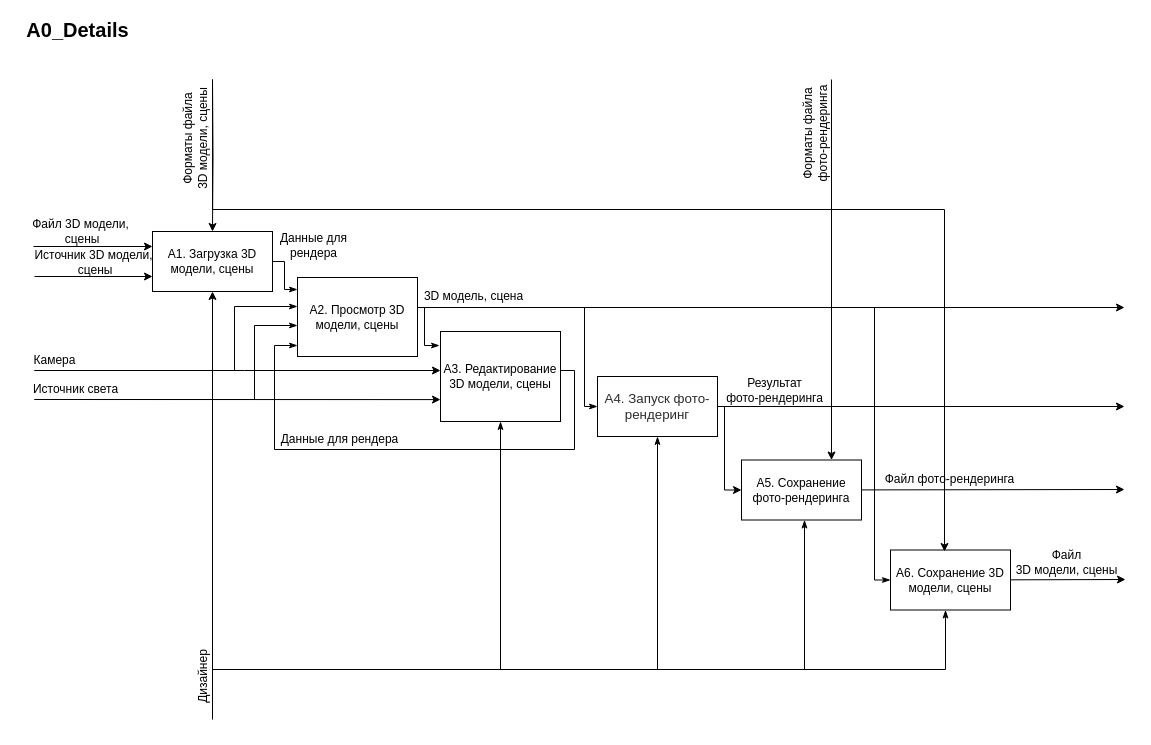
SheinEA/gb_architect keeps this draw.io diagram as page "A0_Details" (2 of 3) of module_2/IDEF0.drawio. Above is the earlier version. Source tidied: cells renumbered, new cells numbered last; positions are measured from the earlier drawing's top-left corner, leaving out a move shared by most shapes. Both pictures are drawn from the tidied source at 100%, with x=0, y=0 at pixel (17, 19).
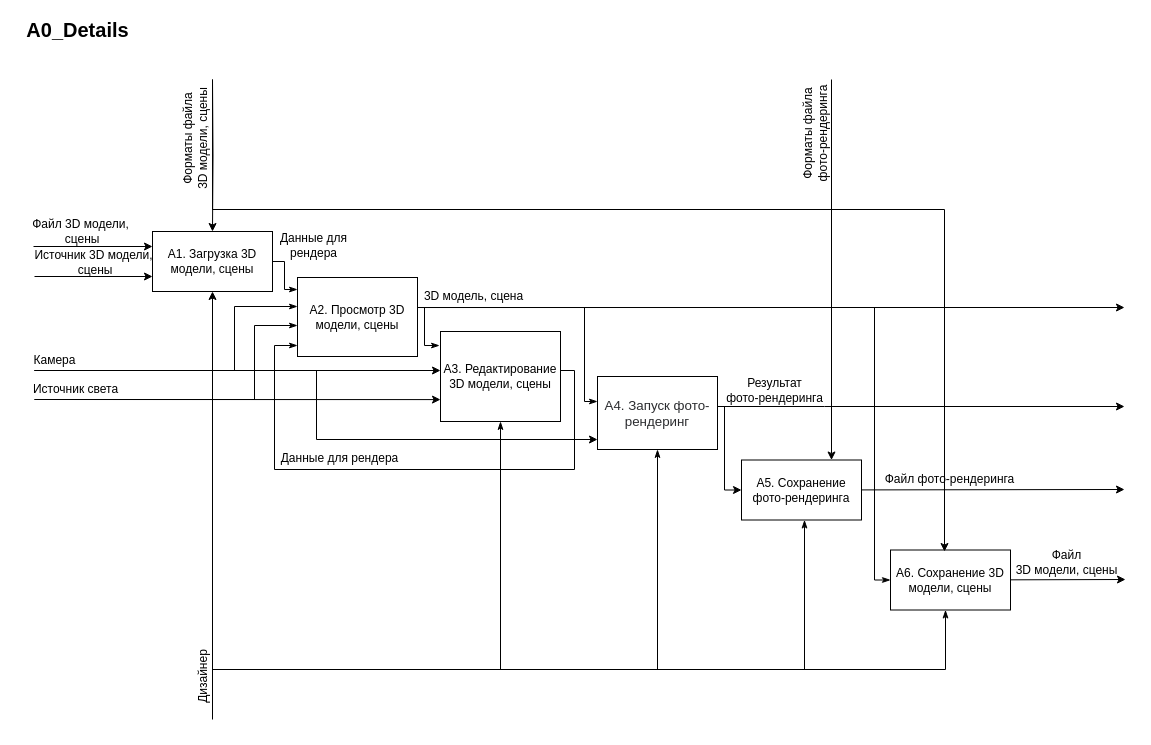
The same diagram, later.

Unchanged cells that the change refers to:
```xml
<mxCell id="25" value="&lt;span&gt;A2.&amp;nbsp;&lt;/span&gt;Просмотр 3D модели, сцены" style="rounded=0;whiteSpace=wrap;html=1;" parent="1" vertex="1">
  <mxGeometry x="280" y="258" width="120" height="79" as="geometry" />
</mxCell>
<mxCell id="28" value="&lt;span&gt;A3. Редактирование 3D модели, сцены&lt;/span&gt;" style="rounded=0;whiteSpace=wrap;html=1;" parent="1" vertex="1">
  <mxGeometry x="423" y="312" width="120" height="90" as="geometry" />
</mxCell>
```

The edit, as a diff of the source:
```diff
@@
-    <mxCell id="24" style="edgeStyle=orthogonalEdgeStyle;rounded=0;jettySize=auto;html=1;endArrow=classicThin;endFill=1;entryX=0;entryY=0.5;entryDx=0;entryDy=0;" parent="1" edge="1" target="34">
+    <mxCell id="24" style="edgeStyle=orthogonalEdgeStyle;rounded=0;jettySize=auto;html=1;endArrow=classicThin;endFill=1;" parent="1" edge="1" target="34">
       <mxGeometry relative="1" as="geometry">
         <mxPoint x="411" y="288" as="sourcePoint" />
         <Array as="points">
           <mxPoint x="567" y="288" />
-          <mxPoint x="567" y="387" />
+          <mxPoint x="567" y="382" />
         </Array>
       </mxGeometry>
     </mxCell>
@@
     <mxCell id="27" style="edgeStyle=orthogonalEdgeStyle;rounded=0;jettySize=auto;html=1;endArrow=classicThin;endFill=1;" parent="1" edge="1" source="28" target="25">
       <mxGeometry relative="1" as="geometry">
         <Array as="points">
           <mxPoint x="557" y="351" />
-          <mxPoint x="557" y="430" />
-          <mxPoint x="257" y="430" />
+          <mxPoint x="557" y="450" />
+          <mxPoint x="257" y="450" />
           <mxPoint x="257" y="326" />
         </Array>
       </mxGeometry>
     </mxCell>
@@
     <mxCell id="29" value="Данные для рендера" style="text;html=1;align=center;verticalAlign=middle;strokeColor=none;" parent="1" vertex="1">
-      <mxGeometry x="257" y="410" width="130" height="20" as="geometry" />
+      <mxGeometry x="257" y="429" width="130" height="20" as="geometry" />
     </mxCell>
@@
     <mxCell id="33" style="edgeStyle=orthogonalEdgeStyle;rounded=0;jettySize=auto;html=1;" parent="1" edge="1" source="34">
       <mxGeometry relative="1" as="geometry">
         <mxPoint x="1107" y="387" as="targetPoint" />
+        <Array as="points">
+          <mxPoint x="807" y="387" />
+          <mxPoint x="807" y="387" />
+        </Array>
       </mxGeometry>
     </mxCell>
     <mxCell id="34" value="&lt;span style=&quot;color: rgb(44 , 45 , 48) ; font-family: &amp;#34;arial&amp;#34; ; font-size: 13.3333px&quot;&gt;A4. Запуск фото- рендеринг&lt;/span&gt;" style="rounded=0;whiteSpace=wrap;html=1;" parent="1" vertex="1">
-      <mxGeometry x="580" y="357" width="120" height="60" as="geometry" />
+      <mxGeometry x="580" y="357" width="120" height="73" as="geometry" />
     </mxCell>
@@
+    <mxCell id="46" style="endArrow=classic;html=1;edgeStyle=orthogonalEdgeStyle;rounded=0;" parent="1" edge="1" target="34">
+      <mxGeometry relative="1" as="geometry">
+        <mxPoint x="17" y="351" as="sourcePoint" />
+        <Array as="points">
+          <mxPoint x="299" y="351" />
+          <mxPoint x="299" y="420" />
+        </Array>
+      </mxGeometry>
+    </mxCell>
```
